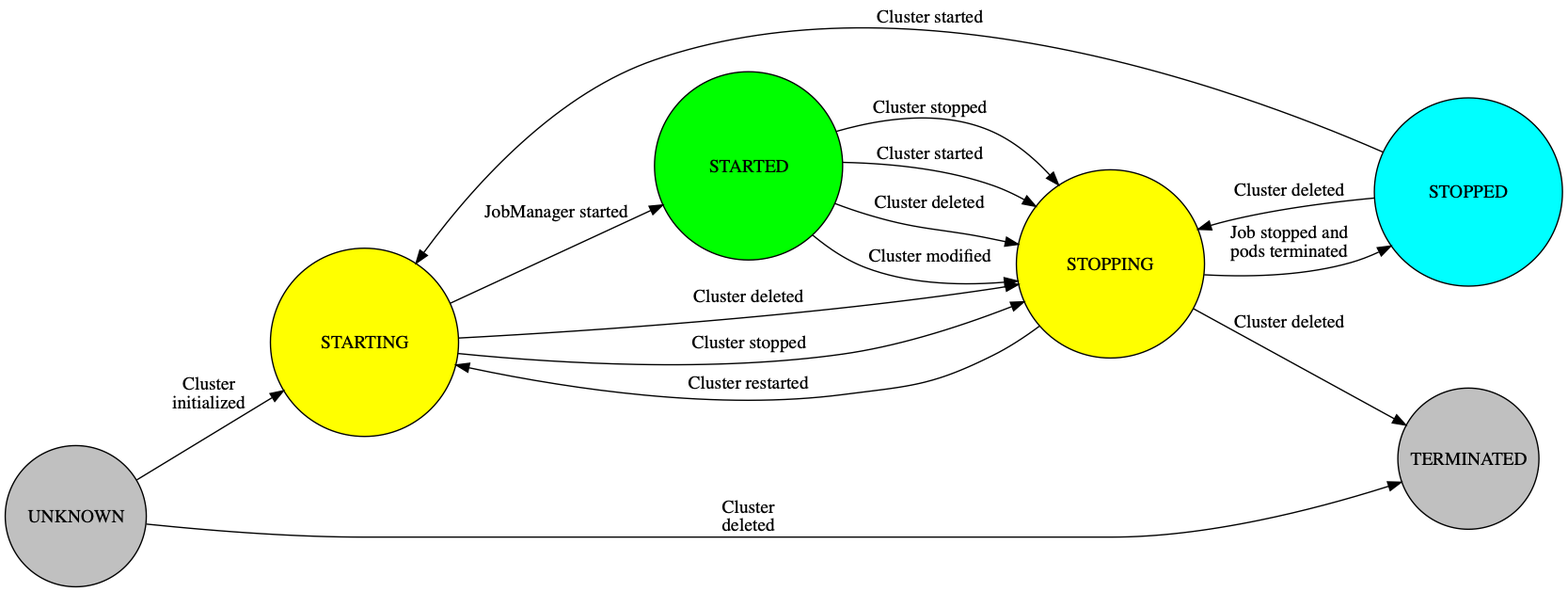
Earlier version of the Graphviz export graphs/flink-cluster.png (nextbreakpoint/flink-k8s-toolbox). Its source is kept beside it as graphs/flink-cluster.dot.
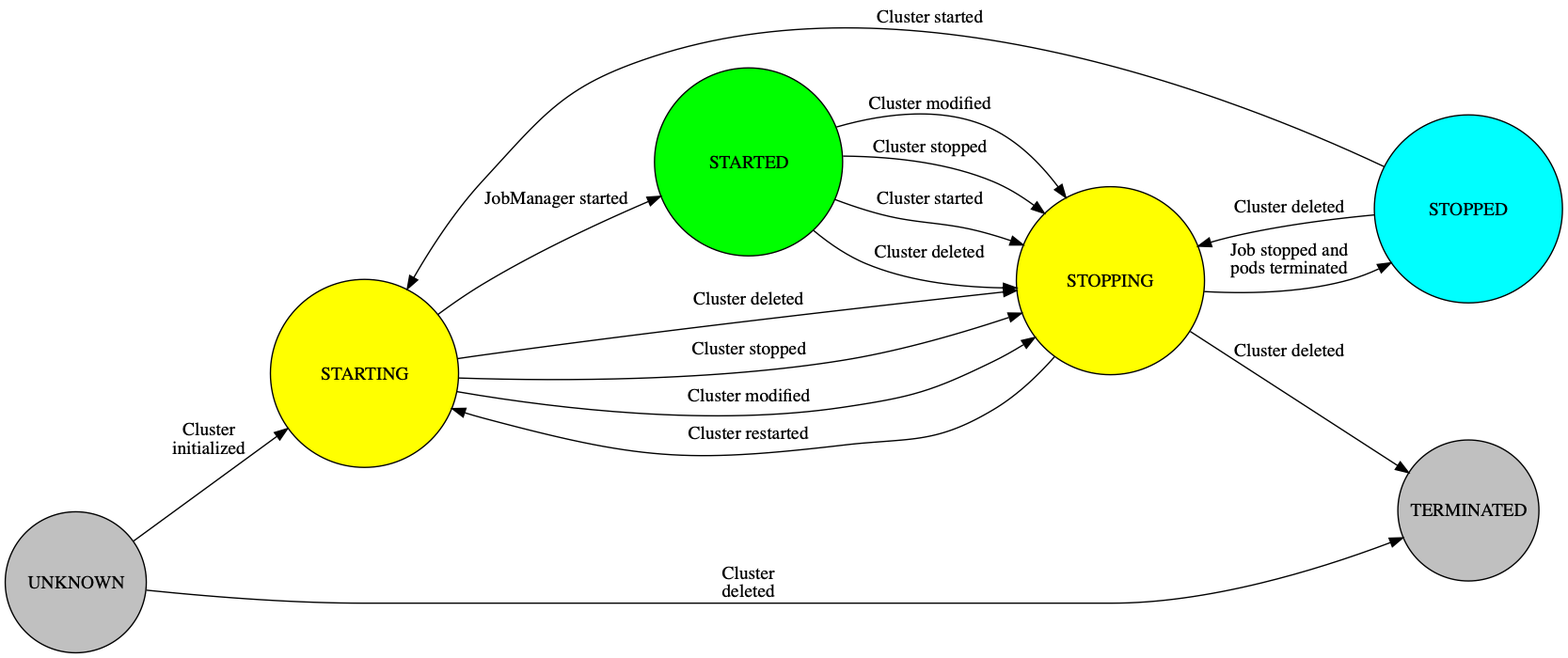
Above is the later version.

What changed in the source:
```diff
@@ -36,6 +36,13 @@
       <TABLE ALIGN="LEFT" BORDER="0" CELLBORDER="0" CELLSPACING="0">
           <TR>
               <TD>Cluster stopped</TD>
+          </TR>
+      </TABLE>
+  > ];
+  STARTING -> STOPPING [ label = <
+      <TABLE ALIGN="LEFT" BORDER="0" CELLBORDER="0" CELLSPACING="0">
+          <TR>
+              <TD>Cluster modified</TD>
           </TR>
       </TABLE>
   > ];
```
